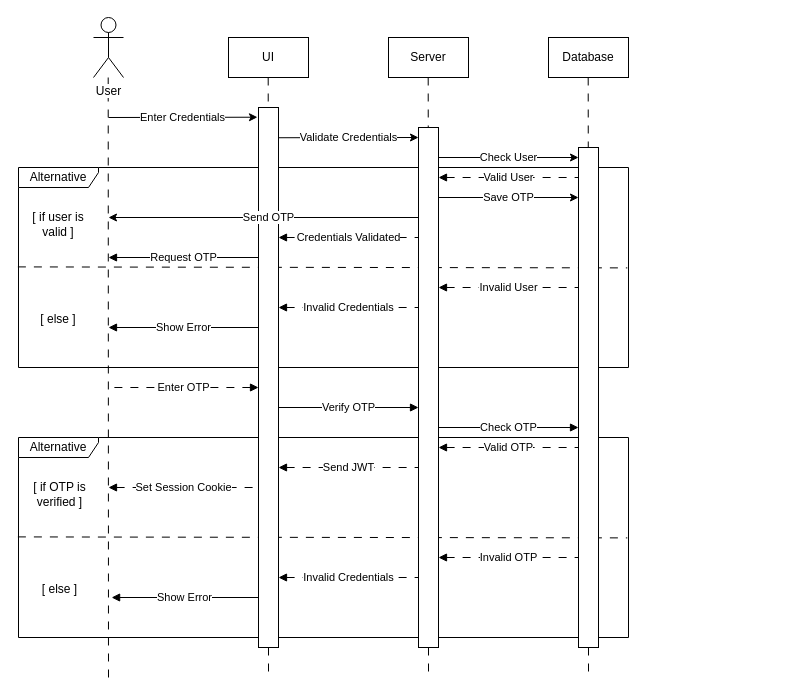
This is etc/UMLs/Login_Sequence_Diagram.drawio from IlyaShelestov/Electronic-Voting-System, a draw.io file, before an edit. Source tidied: cells renumbered, new cells numbered last; positions are measured from the earlier drawing's top-left corner, leaving out a move shared by most shapes. Both pictures are drawn from the tidied source at 100%, with x=0, y=0 at pixel (18, 17).
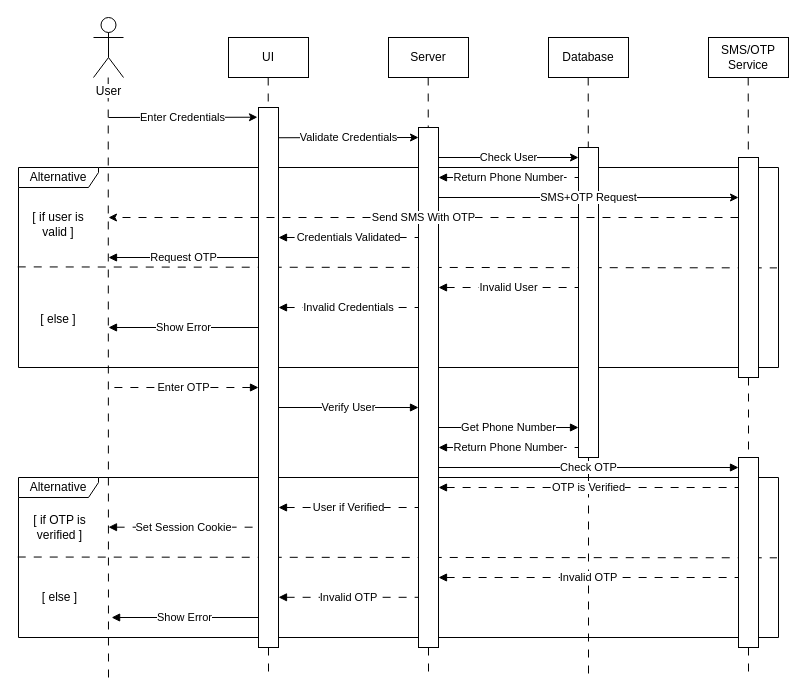
Above is the later version.

What changed in the source:
```diff
@@
-    <mxCell id="13" value="Valid User" style="endArrow=none;html=1;rounded=0;startArrow=block;startFill=1;dashed=1;dashPattern=8 8;" parent="1" edge="1">
+    <mxCell id="13" value="Return Phone Number" style="endArrow=none;html=1;rounded=0;startArrow=block;startFill=1;dashed=1;dashPattern=8 8;" parent="1" edge="1">
       <mxGeometry relative="1" as="geometry">
         <mxPoint x="420" y="160" as="sourcePoint" />
         <mxPoint x="560" y="160" as="targetPoint" />
       </mxGeometry>
     </mxCell>
@@
-    <mxCell id="17" value="Save OTP" style="endArrow=classic;html=1;rounded=0;" parent="1" edge="1">
-      <mxGeometry relative="1" as="geometry">
-        <mxPoint x="420" y="180" as="sourcePoint" />
-        <mxPoint x="560" y="180" as="targetPoint" />
-      </mxGeometry>
-    </mxCell>
-    <mxCell id="18" value="Verify OTP" style="endArrow=none;html=1;rounded=0;startArrow=block;startFill=1;" parent="1" edge="1">
+    <mxCell id="18" value="Verify User" style="endArrow=none;html=1;rounded=0;startArrow=block;startFill=1;" parent="1" edge="1">
       <mxGeometry relative="1" as="geometry">
         <mxPoint x="400" y="390" as="sourcePoint" />
         <mxPoint x="260" y="390" as="targetPoint" />
       </mxGeometry>
     </mxCell>
-    <mxCell id="19" value="Check OTP" style="endArrow=none;html=1;rounded=0;startArrow=block;startFill=1;" parent="1" edge="1">
+    <mxCell id="19" value="Get Phone Number" style="endArrow=none;html=1;rounded=0;startArrow=block;startFill=1;" parent="1" edge="1">
       <mxGeometry relative="1" as="geometry">
         <mxPoint x="560" y="410" as="sourcePoint" />
         <mxPoint x="420" y="410" as="targetPoint" />
       </mxGeometry>
     </mxCell>
-    <mxCell id="20" value="Valid OTP" style="endArrow=none;html=1;rounded=0;startArrow=block;startFill=1;dashed=1;dashPattern=8 8;" parent="1" edge="1">
+    <mxCell id="20" value="Return Phone Number" style="endArrow=none;html=1;rounded=0;startArrow=block;startFill=1;dashed=1;dashPattern=8 8;" parent="1" edge="1">
       <mxGeometry relative="1" as="geometry">
         <mxPoint x="420" y="430" as="sourcePoint" />
         <mxPoint x="560" y="430" as="targetPoint" />
       </mxGeometry>
     </mxCell>
-    <mxCell id="21" value="Send JWT" style="endArrow=none;html=1;rounded=0;startArrow=block;startFill=1;dashed=1;dashPattern=8 8;" parent="1" edge="1">
-      <mxGeometry relative="1" as="geometry">
-        <mxPoint x="260" y="450" as="sourcePoint" />
-        <mxPoint x="400" y="450" as="targetPoint" />
-      </mxGeometry>
-    </mxCell>
-    <mxCell id="22" value="Set Session Cookie" style="endArrow=none;html=1;rounded=0;startArrow=block;startFill=1;dashed=1;dashPattern=8 8;" parent="1" edge="1">
-      <mxGeometry relative="1" as="geometry">
-        <mxPoint x="90" y="470" as="sourcePoint" />
-        <mxPoint x="240" y="470" as="targetPoint" />
-      </mxGeometry>
-    </mxCell>
     <mxCell id="23" style="group;" parent="1" vertex="1">
-      <mxGeometry y="150" width="610" height="510" as="geometry" />
+      <mxGeometry y="150" width="760" height="510" as="geometry" />
     </mxCell>
     <mxCell id="24" value="Alternative" style="shape=umlFrame;whiteSpace=wrap;html=1;width=80;height=20;" parent="23" vertex="1">
-      <mxGeometry width="610" height="200" as="geometry" />
+      <mxGeometry width="760" height="200" as="geometry" />
     </mxCell>
@@
     <mxCell id="31" style="group;" parent="1" vertex="1">
-      <mxGeometry y="420" width="610" height="210" as="geometry" />
+      <mxGeometry y="420" width="760" height="210" as="geometry" />
     </mxCell>
     <mxCell id="32" value="Alternative" style="shape=umlFrame;whiteSpace=wrap;html=1;width=80;height=20;" parent="31" vertex="1">
-      <mxGeometry width="610" height="200" as="geometry" />
+      <mxGeometry y="40" width="760" height="160" as="geometry" />
     </mxCell>
     <mxCell id="33" value="[ if OTP is verified ]" style="text;html=1;align=center;verticalAlign=middle;whiteSpace=wrap;rounded=0;" parent="31" vertex="1">
-      <mxGeometry y="19.1" width="82.7" height="76.2" as="geometry" />
+      <mxGeometry y="60" width="82.7" height="60" as="geometry" />
     </mxCell>
     <mxCell id="34" value="[ else ]" style="text;html=1;align=center;verticalAlign=middle;whiteSpace=wrap;rounded=0;" parent="31" vertex="1">
-      <mxGeometry y="104.8" width="82.7" height="95.2" as="geometry" />
+      <mxGeometry y="120" width="82.7" height="80" as="geometry" />
     </mxCell>
@@
     <mxCell id="36" value="Invalid OTP" style="endArrow=none;html=1;rounded=0;startArrow=block;startFill=1;dashed=1;dashPattern=8 8;" parent="31" edge="1">
       <mxGeometry relative="1" as="geometry">
-        <mxPoint x="420" y="120" as="sourcePoint" />
-        <mxPoint x="560" y="120" as="targetPoint" />
+        <mxPoint x="420" y="140" as="sourcePoint" />
+        <mxPoint x="720" y="140" as="targetPoint" />
       </mxGeometry>
     </mxCell>
-    <mxCell id="37" value="Invalid Credentials" style="endArrow=none;html=1;rounded=0;startArrow=block;startFill=1;dashed=1;dashPattern=8 8;" parent="31" edge="1">
+    <mxCell id="37" value="Invalid OTP" style="endArrow=none;html=1;rounded=0;startArrow=block;startFill=1;dashed=1;dashPattern=8 8;" parent="31" edge="1">
       <mxGeometry relative="1" as="geometry">
-        <mxPoint x="260" y="140" as="sourcePoint" />
-        <mxPoint x="400" y="140" as="targetPoint" />
+        <mxPoint x="260" y="159.8" as="sourcePoint" />
+        <mxPoint x="400" y="159.8" as="targetPoint" />
       </mxGeometry>
     </mxCell>
     <mxCell id="38" value="Show Error" style="endArrow=none;html=1;rounded=0;startArrow=block;startFill=1;" parent="31" edge="1">
       <mxGeometry relative="1" as="geometry">
-        <mxPoint x="93.1" y="160" as="sourcePoint" />
-        <mxPoint x="240" y="160" as="targetPoint" />
+        <mxPoint x="93.1" y="180" as="sourcePoint" />
+        <mxPoint x="240" y="180" as="targetPoint" />
       </mxGeometry>
     </mxCell>
+    <mxCell id="22" value="Set Session Cookie" style="endArrow=none;html=1;rounded=0;startArrow=block;startFill=1;dashed=1;dashPattern=8 8;" parent="31" edge="1">
+      <mxGeometry relative="1" as="geometry">
+        <mxPoint x="90" y="89.7" as="sourcePoint" />
+        <mxPoint x="240" y="89.7" as="targetPoint" />
+      </mxGeometry>
+    </mxCell>
@@
-    <mxCell id="41" value="Send OTP" style="endArrow=classic;html=1;rounded=0;" parent="1" edge="1">
-      <mxGeometry relative="1" as="geometry">
-        <mxPoint x="410" y="200" as="sourcePoint" />
-        <mxPoint x="90" y="200" as="targetPoint" />
-      </mxGeometry>
-    </mxCell>
@@
     <mxCell id="45" style="rounded=0;whiteSpace=wrap;html=1;" parent="1" vertex="1">
-      <mxGeometry x="560" y="130" width="20" height="500" as="geometry" />
+      <mxGeometry x="560" y="130" width="20" height="310" as="geometry" />
     </mxCell>
+    <mxCell id="46" value="SMS/OTP Service" style="rounded=0;whiteSpace=wrap;html=1;" parent="1" vertex="1">
+      <mxGeometry x="690" y="20" width="80" height="40" as="geometry" />
+    </mxCell>
+    <mxCell id="47" style="endArrow=none;dashed=1;html=1;rounded=0;exitX=0.5;exitY=1;exitDx=0;exitDy=0;dashPattern=8 8;" parent="1" edge="1" source="53">
+      <mxGeometry relative="1" as="geometry">
+        <mxPoint x="730" y="660" as="targetPoint" />
+      </mxGeometry>
+    </mxCell>
+    <mxCell id="41" value="SMS+OTP Request" style="endArrow=classic;html=1;rounded=0;" parent="1" edge="1">
+      <mxGeometry relative="1" as="geometry">
+        <mxPoint x="420" y="180" as="sourcePoint" />
+        <mxPoint x="720" y="180" as="targetPoint" />
+      </mxGeometry>
+    </mxCell>
+    <mxCell id="48" value="Send SMS With OTP" style="endArrow=classic;html=1;rounded=0;dashed=1;dashPattern=8 8;" parent="1" edge="1">
+      <mxGeometry relative="1" as="geometry">
+        <mxPoint x="720" y="200" as="sourcePoint" />
+        <mxPoint x="90" y="200" as="targetPoint" />
+      </mxGeometry>
+    </mxCell>
+    <mxCell id="49" style="endArrow=none;dashed=1;html=1;rounded=0;exitX=0.5;exitY=1;exitDx=0;exitDy=0;dashPattern=8 8;" parent="1" edge="1" target="50">
+      <mxGeometry relative="1" as="geometry">
+        <mxPoint x="729.7" y="60" as="sourcePoint" />
+      </mxGeometry>
+    </mxCell>
+    <mxCell id="50" style="rounded=0;whiteSpace=wrap;html=1;" parent="1" vertex="1">
+      <mxGeometry x="720" y="140" width="20" height="220" as="geometry" />
+    </mxCell>
+    <mxCell id="21" value="Check OTP" style="endArrow=none;html=1;rounded=0;startArrow=block;startFill=1;" parent="1" edge="1">
+      <mxGeometry relative="1" as="geometry">
+        <mxPoint x="720" y="450" as="sourcePoint" />
+        <mxPoint x="420" y="450" as="targetPoint" />
+      </mxGeometry>
+    </mxCell>
+    <mxCell id="51" value="OTP is Verified" style="endArrow=none;html=1;rounded=0;startArrow=block;startFill=1;dashed=1;dashPattern=8 8;" parent="1" edge="1">
+      <mxGeometry relative="1" as="geometry">
+        <mxPoint x="420" y="470" as="sourcePoint" />
+        <mxPoint x="720" y="470" as="targetPoint" />
+      </mxGeometry>
+    </mxCell>
+    <mxCell id="52" style="endArrow=none;dashed=1;html=1;rounded=0;exitX=0.5;exitY=1;exitDx=0;exitDy=0;dashPattern=8 8;" parent="1" edge="1" source="50" target="53">
+      <mxGeometry relative="1" as="geometry" />
+    </mxCell>
+    <mxCell id="53" style="rounded=0;whiteSpace=wrap;html=1;" parent="1" vertex="1">
+      <mxGeometry x="720" y="440" width="20" height="190" as="geometry" />
+    </mxCell>
+    <mxCell id="54" value="User if Verified" style="endArrow=none;html=1;rounded=0;startArrow=block;startFill=1;dashed=1;dashPattern=8 8;" parent="1" edge="1">
+      <mxGeometry relative="1" as="geometry">
+        <mxPoint x="260" y="490" as="sourcePoint" />
+        <mxPoint x="400" y="490" as="targetPoint" />
+      </mxGeometry>
+    </mxCell>
```
